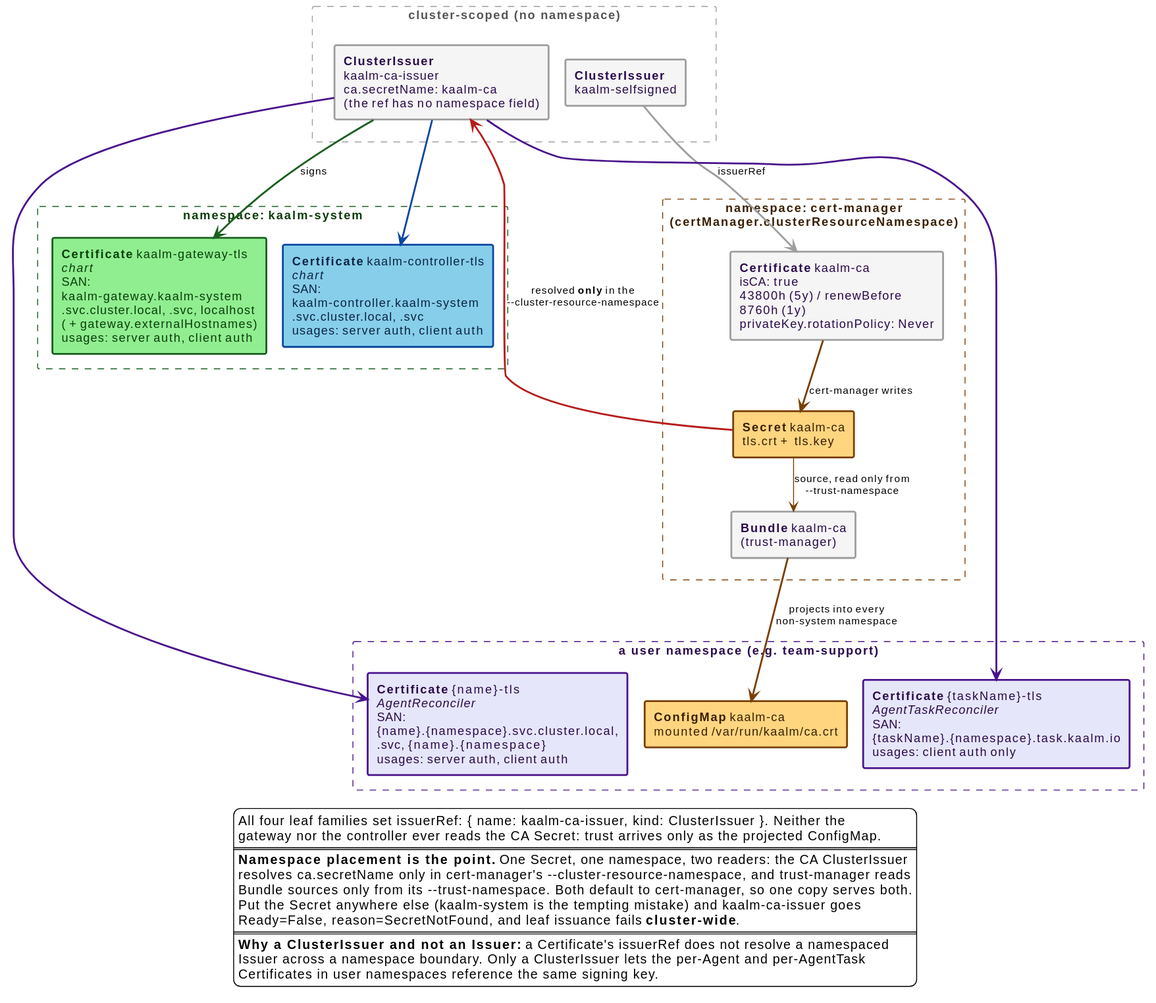
This is docs/src/diagrams/trust-chain.svg from win07xp/kaalm, a PlantUML export, as it was before one commit.
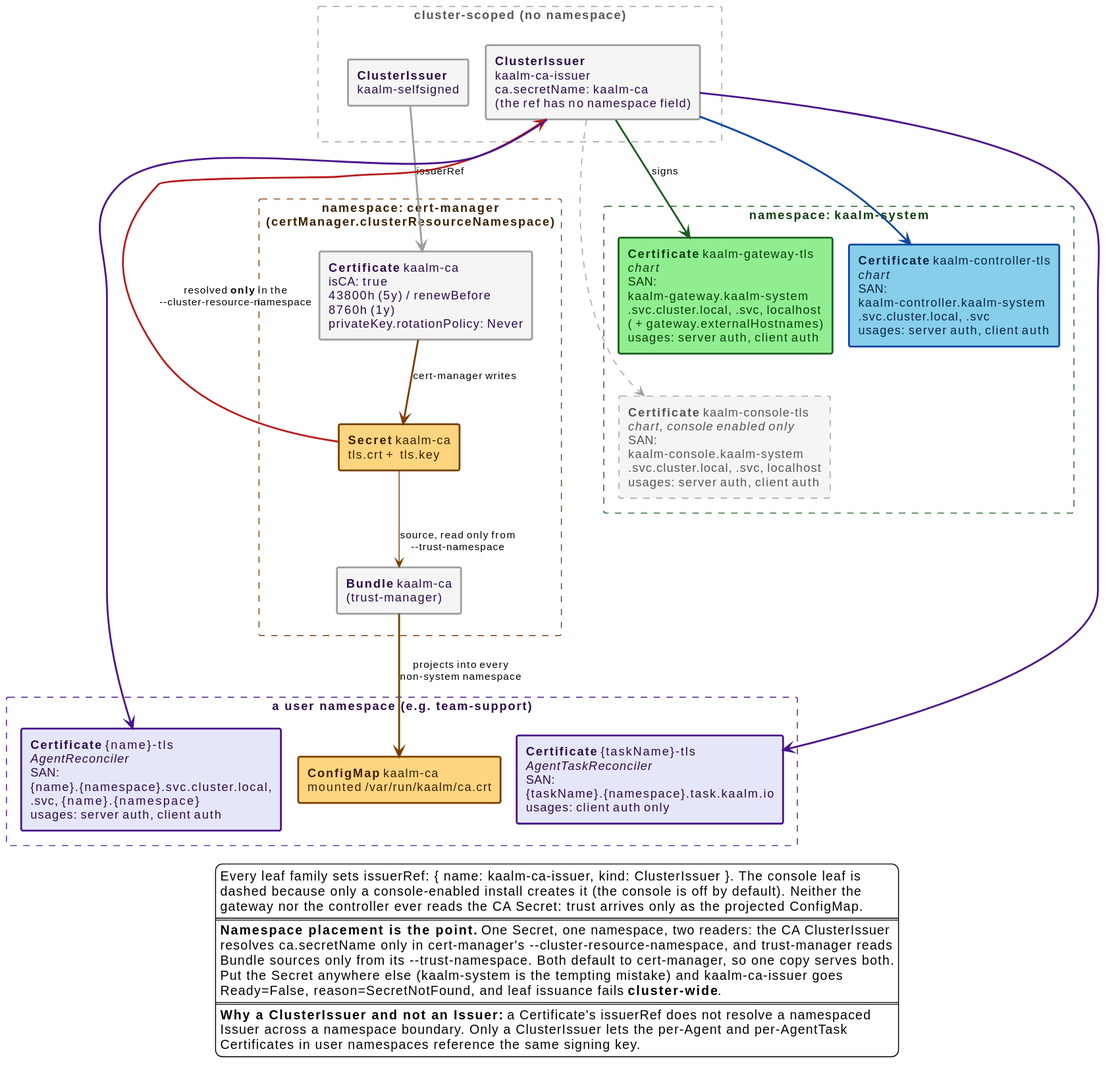
The same file after the commit.

What changed in the source:
```diff
@@ -21,6 +21,7 @@
 rectangle "namespace: **kaalm-system**" as nssys #line:1B5E20;line.dashed;text:0b3d0b {
   rectangle "**Certificate** kaalm-gateway-tls //chart//\nSAN: kaalm-gateway.kaalm-system\n.svc.cluster.local, .svc, localhost\n(+ gateway.externalHostnames)\nusages: server auth, client auth" as gwtls #back:90EE90;line:1B5E20;line.bold;text:0b3d0b
   rectangle "**Certificate** kaalm-controller-tls //chart//\nSAN: kaalm-controller.kaalm-system\n.svc.cluster.local, .svc\nusages: server auth, client auth" as ctrltls #back:87CEEB;line:0D47A1;line.bold;text:0a2540
+  rectangle "**Certificate** kaalm-console-tls\n//chart, console enabled only//\nSAN: kaalm-console.kaalm-system\n.svc.cluster.local, .svc, localhost\nusages: server auth, client auth" as consoletls #back:F5F5F5;line:9E9E9E;line.dashed;text:555555
 }
 
 rectangle "a user namespace (e.g. team-support)" as nsuser #line:4A148C;line.dashed;text:2a0a4a {
@@ -35,6 +36,7 @@
 
 caissuer -[#1B5E20,bold]-> gwtls : signs
 caissuer -[#0D47A1,bold]-> ctrltls
+caissuer -[#9E9E9E,dashed]-> consoletls
 caissuer -[#4A148C,bold]-> agenttls
 caissuer -[#4A148C,bold]-> tasktls
 
@@ -42,7 +44,8 @@
 bundle -[#7a3f00,bold]-> cacm : projects into every\nnon-system namespace
 
 legend bottom
-  All four leaf families set issuerRef: { name: kaalm-ca-issuer, kind: ClusterIssuer }. Neither the
+  Every leaf family sets issuerRef: { name: kaalm-ca-issuer, kind: ClusterIssuer }. The console leaf is
+  dashed because only a console-enabled install creates it (the console is off by default). Neither the
   gateway nor the controller ever reads the CA Secret: trust arrives only as the projected ConfigMap.
   ====
   **Namespace placement is the point.** One Secret, one namespace, two readers: the CA ClusterIssuer
@@ -59,6 +62,7 @@
 band -[hidden]down- nscm
 selfsigned -[hidden]right- caissuer
 gwtls -[hidden]right- ctrltls
+gwtls -[hidden]down- consoletls
 agenttls -[hidden]right- cacm
 cacm -[hidden]right- tasktls
 @enduml
```
